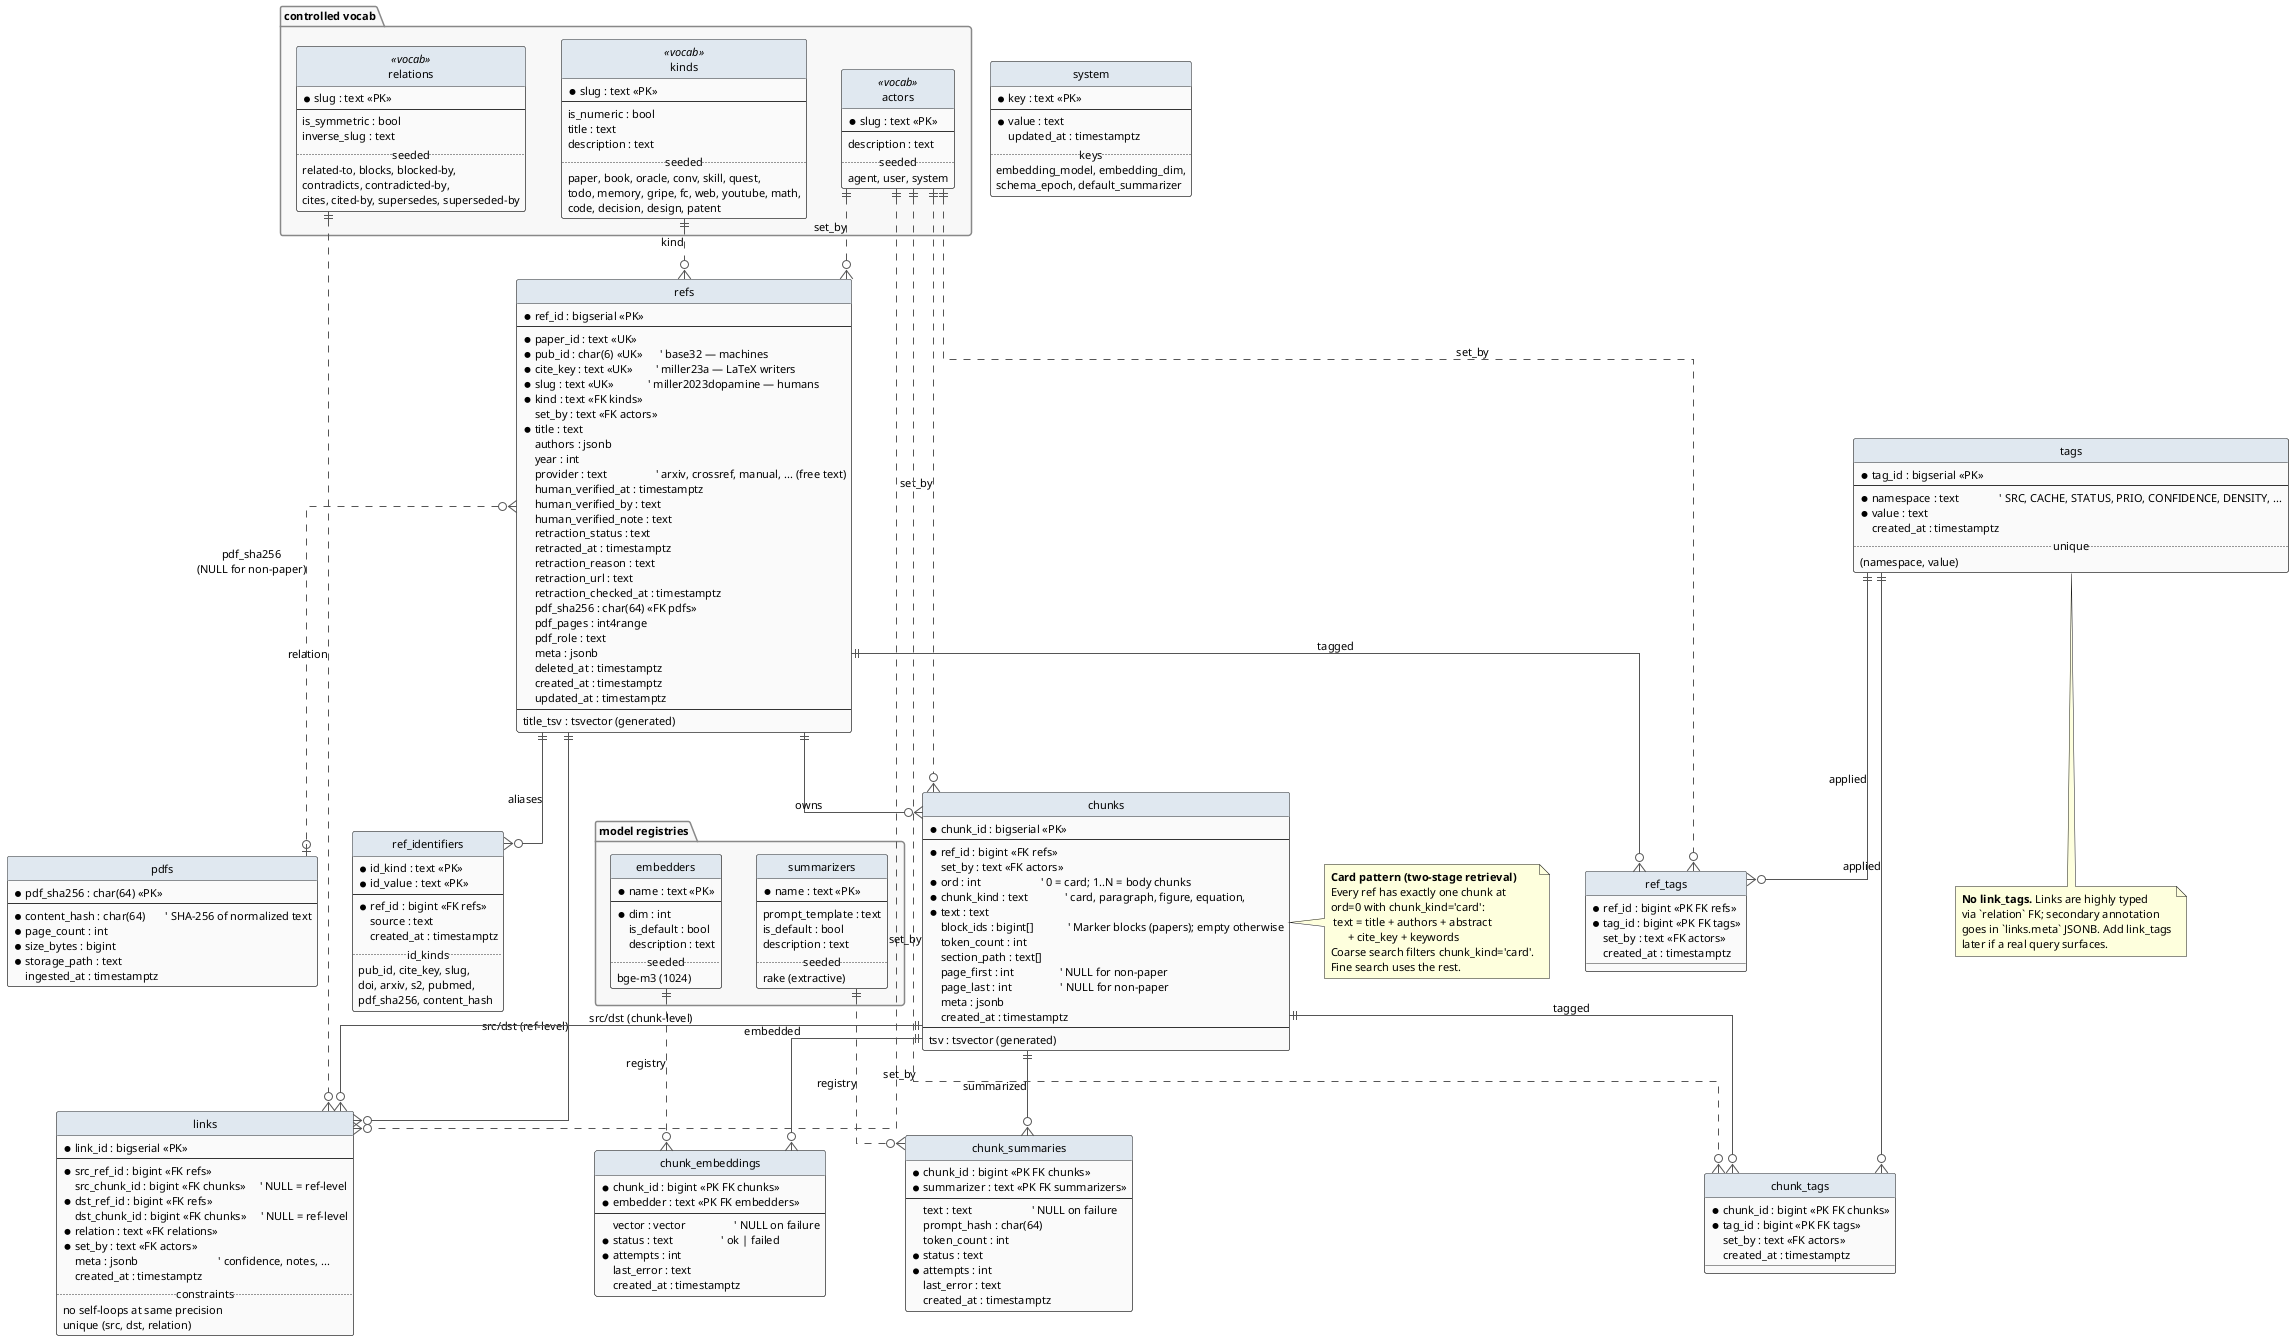
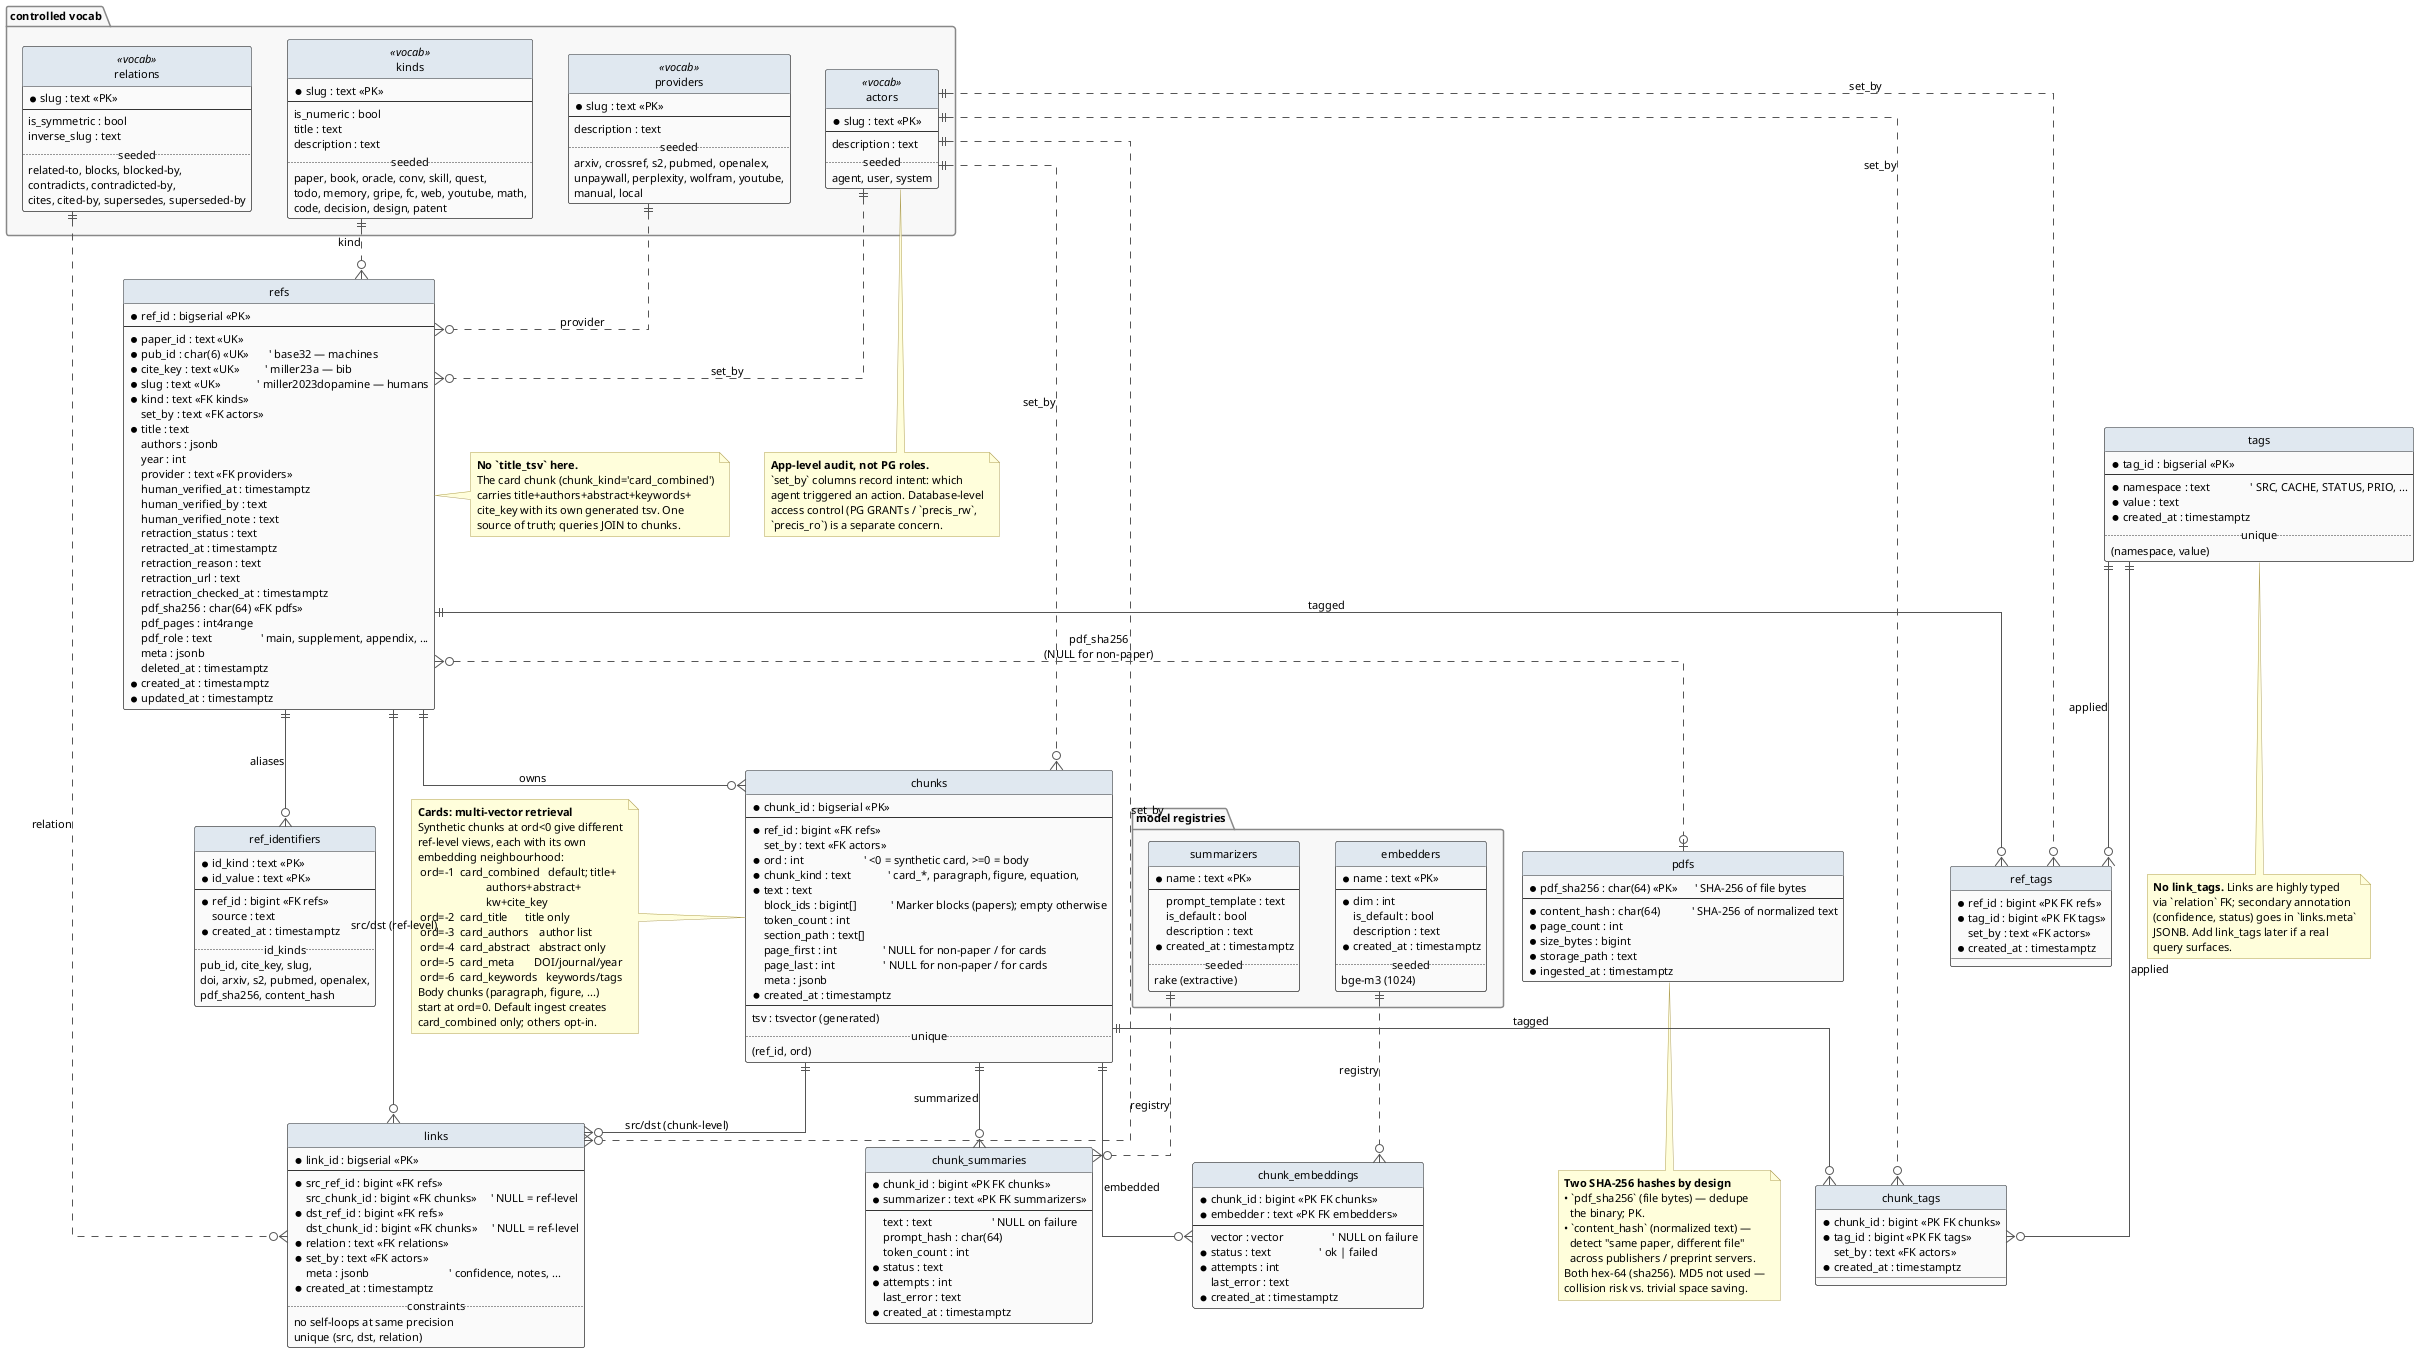
@startuml schema-v2

' precis-mcp v2 schema — captured during the design discussion of 2026-05-21.
' Render via the dev container:
- '   docker compose -f infrastructure/compose.yaml --profile dev run --rm precis-dev \
- '       plantuml -tsvg /app/docs/design/schema-v2.puml
- ' Output lands at docs/design/schema-v2.svg.
+ '   scripts/render-uml schema-v2.puml      (or  -p  for PNG)

hide circle
skinparam linetype ortho
skinparam classBackgroundColor #FAFAFA
skinparam classBorderColor #333
skinparam classArrowColor #555
skinparam classHeaderBackgroundColor #E0E8F0
skinparam packageBackgroundColor #F8F8F8
skinparam packageBorderColor #888
+ skinparam noteBackgroundColor #FFFEDB
+ skinparam noteBorderColor #B0A055
skinparam defaultFontName "Helvetica"
skinparam defaultFontSize 11

' ============================================================================
- ' Controlled vocabulary
+ ' Controlled vocabulary (closed sets, FK targets)
' ============================================================================
package "controlled vocab" as vocab {

  entity "kinds" as kinds <<vocab>> {
    * slug : text <<PK>>
    --
    is_numeric : bool
    title : text
    description : text
    ..seeded..
    paper, book, oracle, conv, skill, quest,
    todo, memory, gripe, fc, web, youtube, math,
    code, decision, design, patent
  }

  entity "actors" as actors <<vocab>> {
    * slug : text <<PK>>
    --
    description : text
    ..seeded..
    agent, user, system
  }

  entity "relations" as relations <<vocab>> {
    * slug : text <<PK>>
    --
    is_symmetric : bool
    inverse_slug : text
    ..seeded..
    related-to, blocks, blocked-by,
    contradicts, contradicted-by,
    cites, cited-by, supersedes, superseded-by
  }
- }
+ 
+   entity "providers" as providers <<vocab>> {
+     * slug : text <<PK>>
+     --
+     description : text
+     ..seeded..
+     arxiv, crossref, s2, pubmed, openalex,
+     unpaywall, perplexity, wolfram, youtube,
+     manual, local
+   }
+ }
+ 
+ note bottom of actors
+   **App-level audit, not PG roles.**
+   `set_by` columns record intent: which
+   agent triggered an action. Database-level
+   access control (PG GRANTs / `precis_rw`,
+   `precis_ro`) is a separate concern.
+ end note

package "model registries" as registries {

  entity "embedders" as embedders {
    * name : text <<PK>>
    --
    * dim : int
    is_default : bool
    description : text
+     * created_at : timestamptz
    ..seeded..
    bge-m3 (1024)
  }

  entity "summarizers" as summarizers {
    * name : text <<PK>>
    --
    prompt_template : text
    is_default : bool
    description : text
+     * created_at : timestamptz
    ..seeded..
    rake (extractive)
  }
}

' ============================================================================
' Hub: refs
' ============================================================================
entity "refs" as refs {
  * ref_id : bigserial <<PK>>
  --
  ' identity (ADR 0006)
  * paper_id : text <<UK>>
-   * pub_id : char(6) <<UK>>      ' base32 — machines
-   * cite_key : text <<UK>>        ' miller23a — LaTeX writers
-   * slug : text <<UK>>            ' miller2023dopamine — humans
+   * pub_id : char(6) <<UK>>       ' base32 — machines
+   * cite_key : text <<UK>>         ' miller23a — bib
+   * slug : text <<UK>>             ' miller2023dopamine — humans
  ' classification
  * kind : text <<FK kinds>>
  set_by : text <<FK actors>>
  * title : text
  authors : jsonb
  year : int
  ' provenance
-   provider : text                 ' arxiv, crossref, manual, ... (free text)
+   provider : text <<FK providers>>
  ' verification
  human_verified_at : timestamptz
  human_verified_by : text
  human_verified_note : text
  ' retraction
  retraction_status : text
  retracted_at : timestamptz
  retraction_reason : text
  retraction_url : text
  retraction_checked_at : timestamptz
  ' physical artifact (NULL for non-paper)
  pdf_sha256 : char(64) <<FK pdfs>>
  pdf_pages : int4range
-   pdf_role : text
+   pdf_role : text                 ' main, supplement, appendix, ...
  ' bookkeeping
  meta : jsonb
  deleted_at : timestamptz
-   created_at : timestamptz
-   updated_at : timestamptz
-   --
-   title_tsv : tsvector (generated)
- }
+   * created_at : timestamptz
+   * updated_at : timestamptz
+ }
+ note right of refs
+   **No `title_tsv` here.**
+   The card chunk (chunk_kind='card_combined')
+   carries title+authors+abstract+keywords+
+   cite_key with its own generated tsv. One
+   source of truth; queries JOIN to chunks.
+ end note

entity "ref_identifiers" as ref_ids {
  * id_kind : text <<PK>>
  * id_value : text <<PK>>
  --
  * ref_id : bigint <<FK refs>>
  source : text
-   created_at : timestamptz
+   * created_at : timestamptz
  ..id_kinds..
  pub_id, cite_key, slug,
-   doi, arxiv, s2, pubmed,
+   doi, arxiv, s2, pubmed, openalex,
  pdf_sha256, content_hash
}

entity "pdfs" as pdfs {
-   * pdf_sha256 : char(64) <<PK>>
-   --
-   * content_hash : char(64)       ' SHA-256 of normalized text
+   * pdf_sha256 : char(64) <<PK>>      ' SHA-256 of file bytes
+   --
+   * content_hash : char(64)           ' SHA-256 of normalized text
  * page_count : int
  * size_bytes : bigint
  * storage_path : text
-   ingested_at : timestamptz
- }
- 
- ' ============================================================================
- ' Chunks layer (kind-agnostic, including the per-ref "card" chunk)
+   * ingested_at : timestamptz
+ }
+ note bottom of pdfs
+   **Two SHA-256 hashes by design**
+   • `pdf_sha256` (file bytes) — dedupe
+     the binary; PK.
+   • `content_hash` (normalized text) —
+     detect "same paper, different file"
+     across publishers / preprint servers.
+   Both hex-64 (sha256). MD5 not used —
+   collision risk vs. trivial space saving.
+ end note
+ 
+ ' ============================================================================
+ ' Chunks layer (kind-agnostic, including synthetic 'card' chunks at ord<0)
' ============================================================================
entity "chunks" as chunks {
  * chunk_id : bigserial <<PK>>
  --
  * ref_id : bigint <<FK refs>>
  set_by : text <<FK actors>>
-   * ord : int                     ' 0 = card; 1..N = body chunks
-   * chunk_kind : text             ' card, paragraph, figure, equation,
+   * ord : int                     ' <0 = synthetic card, >=0 = body
+   * chunk_kind : text             ' card_*, paragraph, figure, equation,
                                 ' caption, heading, code_symbol,
                                 ' qa_pair, skill_section, references
  * text : text
  block_ids : bigint[]            ' Marker blocks (papers); empty otherwise
  token_count : int
  section_path : text[]
-   page_first : int                ' NULL for non-paper
-   page_last : int                 ' NULL for non-paper
+   page_first : int                ' NULL for non-paper / for cards
+   page_last : int                 ' NULL for non-paper / for cards
  meta : jsonb
-   created_at : timestamptz
+   * created_at : timestamptz
  --
  tsv : tsvector (generated)
- }
- note right of chunks
-   **Card pattern (two-stage retrieval)**
-   Every ref has exactly one chunk at
-   ord=0 with chunk_kind='card':
-    text = title + authors + abstract
-         + cite_key + keywords
-   Coarse search filters chunk_kind='card'.
-   Fine search uses the rest.
+   ..unique..
+   (ref_id, ord)
+ }
+ note left of chunks
+   **Cards: multi-vector retrieval**
+   Synthetic chunks at ord<0 give different
+   ref-level views, each with its own
+   embedding neighbourhood:
+    ord=-1  card_combined   default; title+
+                           authors+abstract+
+                           kw+cite_key
+    ord=-2  card_title      title only
+    ord=-3  card_authors    author list
+    ord=-4  card_abstract   abstract only
+    ord=-5  card_meta       DOI/journal/year
+    ord=-6  card_keywords   keywords/tags
+   Body chunks (paragraph, figure, ...)
+   start at ord=0. Default ingest creates
+   card_combined only; others opt-in.
end note

entity "chunk_embeddings" as chunk_embeds {
  * chunk_id : bigint <<PK FK chunks>>
  * embedder : text <<PK FK embedders>>
  --
  vector : vector                 ' NULL on failure
  * status : text                 ' ok | failed
  * attempts : int
  last_error : text
-   created_at : timestamptz
+   * created_at : timestamptz
}

entity "chunk_summaries" as chunk_summ {
  * chunk_id : bigint <<PK FK chunks>>
  * summarizer : text <<PK FK summarizers>>
  --
  text : text                     ' NULL on failure
  prompt_hash : char(64)
  token_count : int
  * status : text
  * attempts : int
  last_error : text
-   created_at : timestamptz
+   * created_at : timestamptz
}

' ============================================================================
' Graph (links) — endpoints can be ref-level OR chunk-level
' ============================================================================
entity "links" as links {
  * link_id : bigserial <<PK>>
  --
  * src_ref_id : bigint <<FK refs>>
  src_chunk_id : bigint <<FK chunks>>     ' NULL = ref-level
  * dst_ref_id : bigint <<FK refs>>
  dst_chunk_id : bigint <<FK chunks>>     ' NULL = ref-level
  * relation : text <<FK relations>>
  * set_by : text <<FK actors>>
  meta : jsonb                            ' confidence, notes, ...
-   created_at : timestamptz
+   * created_at : timestamptz
  ..constraints..
  no self-loops at same precision
  unique (src, dst, relation)
}

' ============================================================================
' Tags (polymorphic via per-target tables)
' ============================================================================
entity "tags" as tags {
  * tag_id : bigserial <<PK>>
  --
-   * namespace : text              ' SRC, CACHE, STATUS, PRIO, CONFIDENCE, DENSITY, ...
+   * namespace : text              ' SRC, CACHE, STATUS, PRIO, ...
  * value : text
-   created_at : timestamptz
+   * created_at : timestamptz
  ..unique..
  (namespace, value)
}

entity "ref_tags" as ref_tags {
  * ref_id : bigint <<PK FK refs>>
  * tag_id : bigint <<PK FK tags>>
  set_by : text <<FK actors>>
-   created_at : timestamptz
+   * created_at : timestamptz
}

entity "chunk_tags" as chunk_tags {
  * chunk_id : bigint <<PK FK chunks>>
  * tag_id : bigint <<PK FK tags>>
  set_by : text <<FK actors>>
-   created_at : timestamptz
+   * created_at : timestamptz
}
note bottom of tags
  **No link_tags.** Links are highly typed
  via `relation` FK; secondary annotation
-   goes in `links.meta` JSONB. Add link_tags
-   later if a real query surfaces.
- end note
- 
- ' ============================================================================
- ' System singleton
- ' ============================================================================
- entity "system" as system {
-   * key : text <<PK>>
-   --
-   * value : text
-   updated_at : timestamptz
-   ..keys..
-   embedding_model, embedding_dim,
-   schema_epoch, default_summarizer
- }
+   (confidence, status) goes in `links.meta`
+   JSONB. Add link_tags later if a real
+   query surfaces.
+ end note
+ 
+ ' ============================================================================
+ ' (No `system` singleton: defaults live in registry rows
+ '  (embedders.is_default, summarizers.is_default); schema_epoch lives in
+ '  the migrations ledger; transient global state belongs in env / config.)
+ ' ============================================================================

' ============================================================================
' Relationships
' ============================================================================
kinds       ||..o{ refs       : kind
+ providers   ||..o{ refs       : provider
actors      ||..o{ refs       : set_by
actors      ||..o{ chunks     : set_by
actors      ||..o{ links      : set_by
actors      ||..o{ ref_tags   : set_by
actors      ||..o{ chunk_tags : set_by
relations   ||..o{ links      : relation
embedders   ||..o{ chunk_embeds : registry
summarizers ||..o{ chunk_summ   : registry

refs ||--o{ ref_ids   : aliases
refs }o..o| pdfs      : "pdf_sha256\n(NULL for non-paper)"
refs ||--o{ chunks    : owns
refs ||--o{ ref_tags  : tagged
refs ||--o{ links     : "src/dst (ref-level)"

chunks ||--o{ chunk_embeds : embedded
chunks ||--o{ chunk_summ   : summarized
chunks ||--o{ chunk_tags   : tagged
chunks ||--o{ links        : "src/dst (chunk-level)"

tags ||--o{ ref_tags   : applied
tags ||--o{ chunk_tags : applied

@enduml
